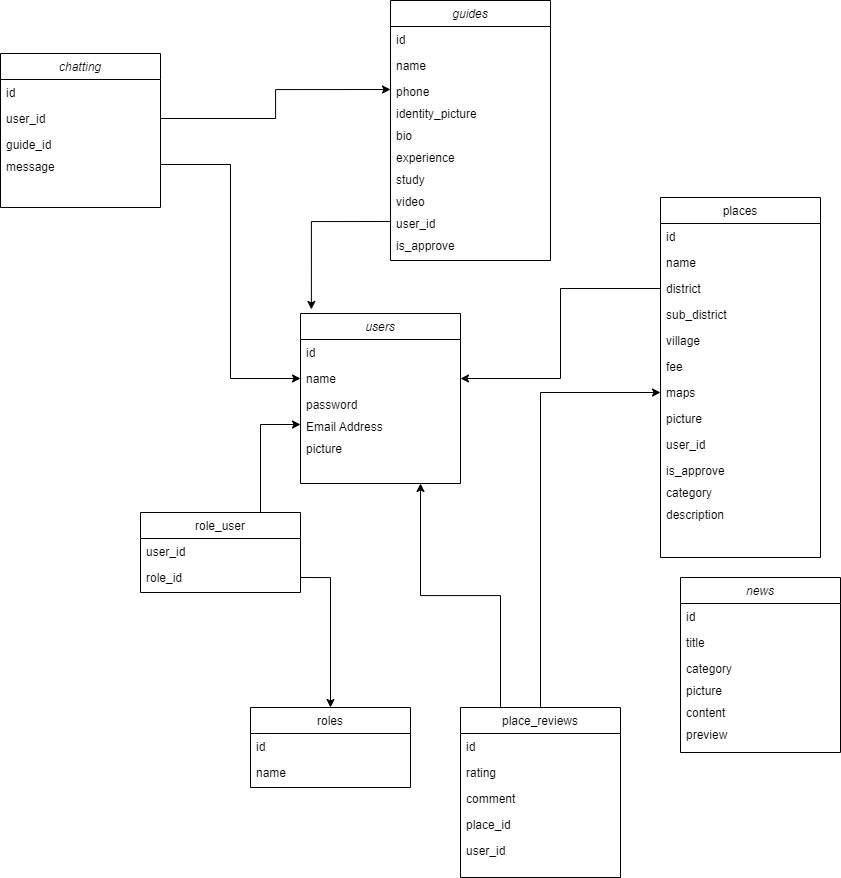
The draw.io diagram uml/classnew.drawio.png in bayuprra/pariwisata-babel, before a commit. Source tidied: cells renumbered, new cells last; positions are measured from the earlier drawing's top-left corner, leaving out a move shared by most shapes.
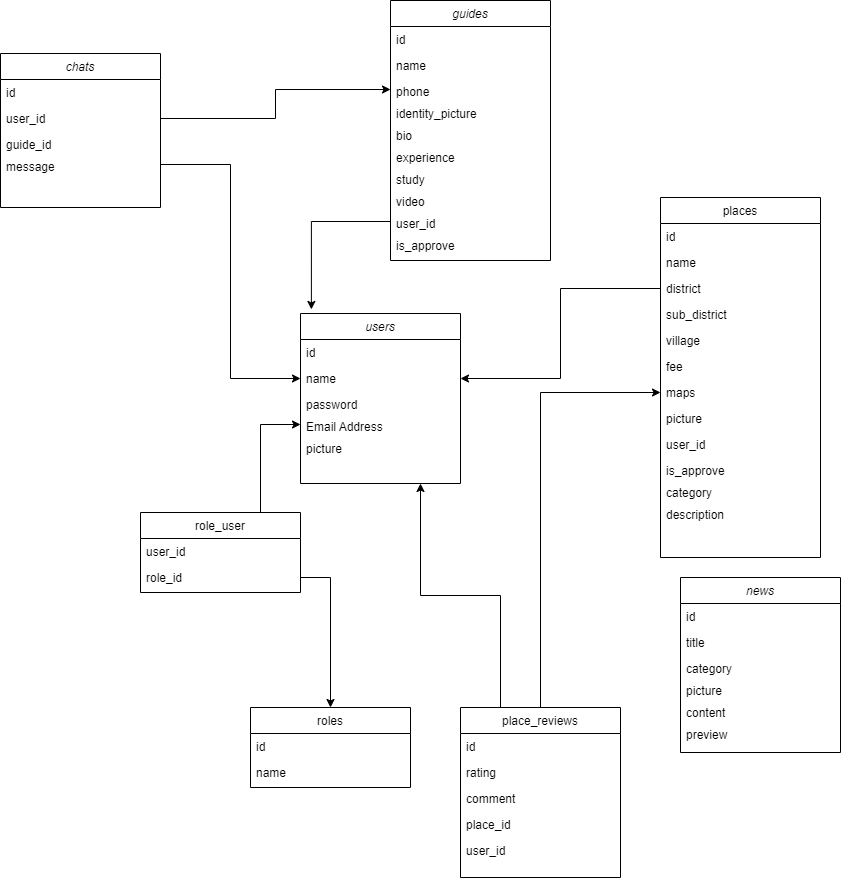
After the commit.

Change to the diagram source:
```diff
@@ -167,7 +167,7 @@
     <mxCell id="56" style="edgeStyle=orthogonalEdgeStyle;rounded=0;jettySize=auto;html=1;exitX=0;exitY=0.5;exitDx=0;exitDy=0;entryX=1;entryY=0.5;entryDx=0;entryDy=0;" parent="1" edge="1" source="22" target="4">
       <mxGeometry relative="1" as="geometry" />
     </mxCell>
-    <mxCell id="57" value="chatting" style="swimlane;fontStyle=2;align=center;verticalAlign=top;horizontal=1;startSize=26;rounded=0;shadow=0;strokeWidth=1;" parent="1" vertex="1">
+    <mxCell id="57" value="chats" style="swimlane;fontStyle=2;align=center;verticalAlign=top;horizontal=1;startSize=26;rounded=0;shadow=0;strokeWidth=1;" parent="1" vertex="1">
       <mxGeometry y="53" width="160" height="154" as="geometry" />
     </mxCell>
     <mxCell id="58" value="id" style="text;align=left;verticalAlign=top;spacingLeft=4;spacingRight=4;overflow=hidden;" parent="57" vertex="1">
```
